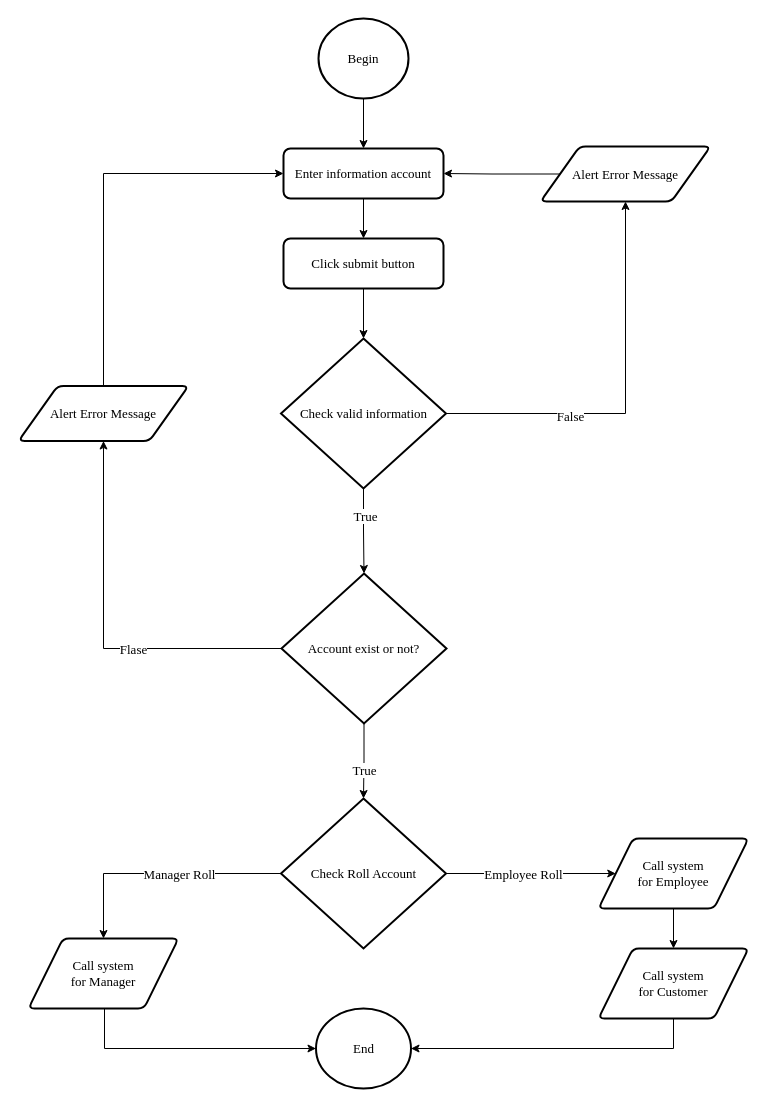
This is page "Login" (2 of 12) of document/diagram/flowchar_ver2.drawio from daomtthuan/do-an, a draw.io file, before an edit. Source tidied: cells renumbered, new cells numbered last; positions are measured from the earlier drawing's top-left corner, leaving out a move shared by most shapes. Both pictures are drawn from the tidied source at 100%, with x=0, y=0 at pixel (18, 18).
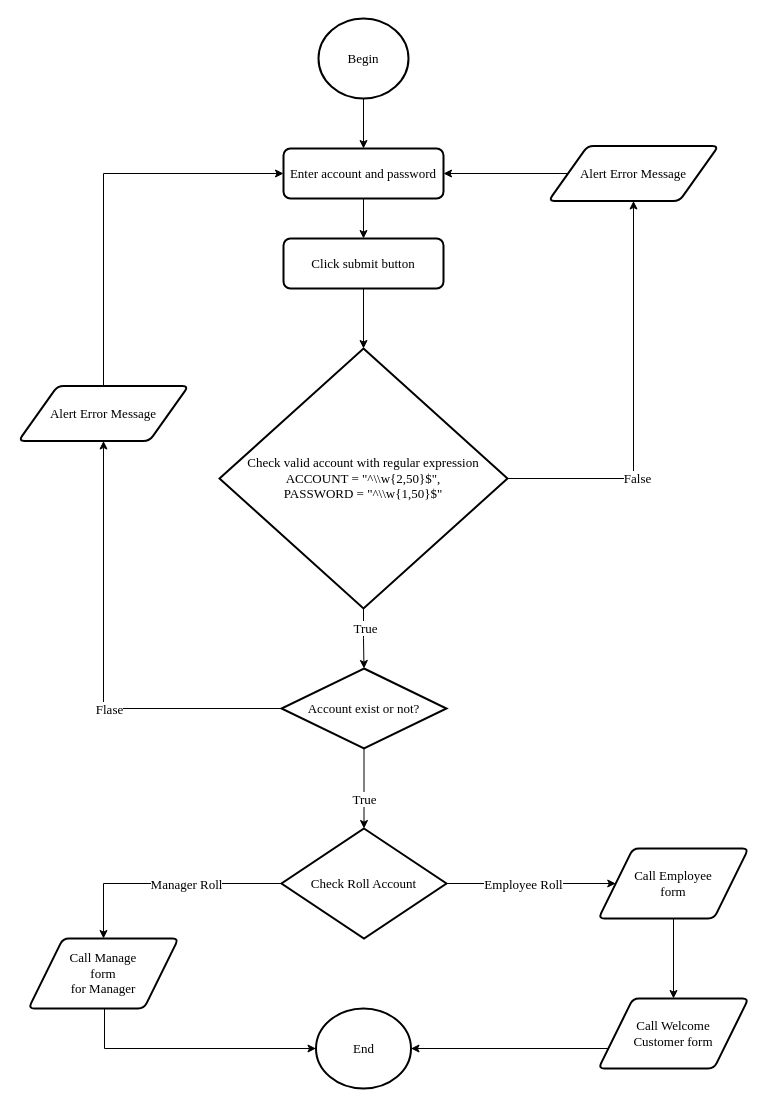
The same diagram, later.

Change to the diagram source:
```diff
@@
-    <mxCell id="5" value="Enter information account" style="rounded=1;whiteSpace=wrap;html=1;absoluteArcSize=1;arcSize=14;strokeWidth=2;fontFamily=Times New Roman;fontSize=13;" parent="1" vertex="1">
+    <mxCell id="5" value="Enter account and password" style="rounded=1;whiteSpace=wrap;html=1;absoluteArcSize=1;arcSize=14;strokeWidth=2;fontFamily=Times New Roman;fontSize=13;" parent="1" vertex="1">
       <mxGeometry x="265" y="130" width="160" height="50" as="geometry" />
     </mxCell>
@@
-    <mxCell id="12" value="Check valid information" style="strokeWidth=2;html=1;shape=mxgraph.flowchart.decision;whiteSpace=wrap;fontFamily=Times New Roman;fontSize=13;" parent="1" vertex="1">
-      <mxGeometry x="262.5" y="320" width="165" height="150" as="geometry" />
+    <mxCell id="12" value="Check valid account with&amp;nbsp;regular expression&lt;br&gt;ACCOUNT = &quot;^\\w{2,50}$&quot;,&lt;br&gt;PASSWORD = &quot;^\\w{1,50}$&quot;" style="strokeWidth=2;html=1;shape=mxgraph.flowchart.decision;whiteSpace=wrap;fontFamily=Times New Roman;fontSize=13;" parent="1" vertex="1">
+      <mxGeometry x="201" y="330" width="288" height="260" as="geometry" />
     </mxCell>
@@
     <mxCell id="17" value="Account exist or not?" style="strokeWidth=2;html=1;shape=mxgraph.flowchart.decision;whiteSpace=wrap;fontFamily=Times New Roman;fontSize=13;" parent="1" vertex="1">
-      <mxGeometry x="263" y="555" width="165" height="150" as="geometry" />
+      <mxGeometry x="263" y="650" width="165" height="80" as="geometry" />
     </mxCell>
@@
     <mxCell id="22" value="Check Roll Account" style="strokeWidth=2;html=1;shape=mxgraph.flowchart.decision;whiteSpace=wrap;fontFamily=Times New Roman;fontSize=13;" parent="1" vertex="1">
-      <mxGeometry x="262.5" y="780" width="165" height="150" as="geometry" />
+      <mxGeometry x="263" y="810" width="165" height="110" as="geometry" />
     </mxCell>
-    <mxCell id="23" style="edgeStyle=orthogonalEdgeStyle;rounded=0;jettySize=auto;html=1;entryX=1;entryY=0.5;entryDx=0;entryDy=0;fontFamily=Times New Roman;fontSize=13;" parent="1" edge="1" source="24" target="5">
+    <mxCell id="23" style="edgeStyle=orthogonalEdgeStyle;rounded=0;jettySize=auto;html=1;fontFamily=Times New Roman;fontSize=13;exitX=0;exitY=0.5;exitDx=0;exitDy=0;entryX=1;entryY=0.5;entryDx=0;entryDy=0;" parent="1" edge="1" source="24" target="5">
       <mxGeometry relative="1" as="geometry" />
     </mxCell>
     <mxCell id="24" value="Alert Error Message" style="shape=parallelogram;html=1;strokeWidth=2;perimeter=parallelogramPerimeter;whiteSpace=wrap;rounded=1;arcSize=12;size=0.23;fontFamily=Times New Roman;fontSize=13;" parent="1" vertex="1">
-      <mxGeometry x="522" y="128" width="170" height="55" as="geometry" />
+      <mxGeometry x="530" y="127.5" width="170" height="55" as="geometry" />
     </mxCell>
@@
-    <mxCell id="26" value="Call system &lt;br style=&quot;font-size: 13px;&quot;&gt;for Manager" style="shape=parallelogram;html=1;strokeWidth=2;perimeter=parallelogramPerimeter;whiteSpace=wrap;rounded=1;arcSize=12;size=0.23;fontFamily=Times New Roman;fontSize=13;" parent="1" vertex="1">
+    <mxCell id="26" value="Call Manage&lt;br&gt;form&lt;br style=&quot;font-size: 13px&quot;&gt;for Manager" style="shape=parallelogram;html=1;strokeWidth=2;perimeter=parallelogramPerimeter;whiteSpace=wrap;rounded=1;arcSize=12;size=0.23;fontFamily=Times New Roman;fontSize=13;" parent="1" vertex="1">
       <mxGeometry x="10" y="920" width="150" height="70" as="geometry" />
     </mxCell>
@@
-    <mxCell id="28" value="Call system &lt;br style=&quot;font-size: 13px;&quot;&gt;for Employee" style="shape=parallelogram;html=1;strokeWidth=2;perimeter=parallelogramPerimeter;whiteSpace=wrap;rounded=1;arcSize=12;size=0.23;fontFamily=Times New Roman;fontSize=13;" parent="1" vertex="1">
-      <mxGeometry x="580" y="820" width="150" height="70" as="geometry" />
+    <mxCell id="28" value="Call&amp;nbsp;Employee&lt;br&gt;form" style="shape=parallelogram;html=1;strokeWidth=2;perimeter=parallelogramPerimeter;whiteSpace=wrap;rounded=1;arcSize=12;size=0.23;fontFamily=Times New Roman;fontSize=13;" parent="1" vertex="1">
+      <mxGeometry x="580" y="830" width="150" height="70" as="geometry" />
     </mxCell>
@@
-    <mxCell id="30" value="Call system &lt;br style=&quot;font-size: 13px;&quot;&gt;for Customer" style="shape=parallelogram;html=1;strokeWidth=2;perimeter=parallelogramPerimeter;whiteSpace=wrap;rounded=1;arcSize=12;size=0.23;fontFamily=Times New Roman;fontSize=13;" parent="1" vertex="1">
-      <mxGeometry x="580" y="930" width="150" height="70" as="geometry" />
+    <mxCell id="30" value="Call Welcome&lt;br&gt;Customer form" style="shape=parallelogram;html=1;strokeWidth=2;perimeter=parallelogramPerimeter;whiteSpace=wrap;rounded=1;arcSize=12;size=0.23;fontFamily=Times New Roman;fontSize=13;" parent="1" vertex="1">
+      <mxGeometry x="580" y="980" width="150" height="70" as="geometry" />
     </mxCell>
```
